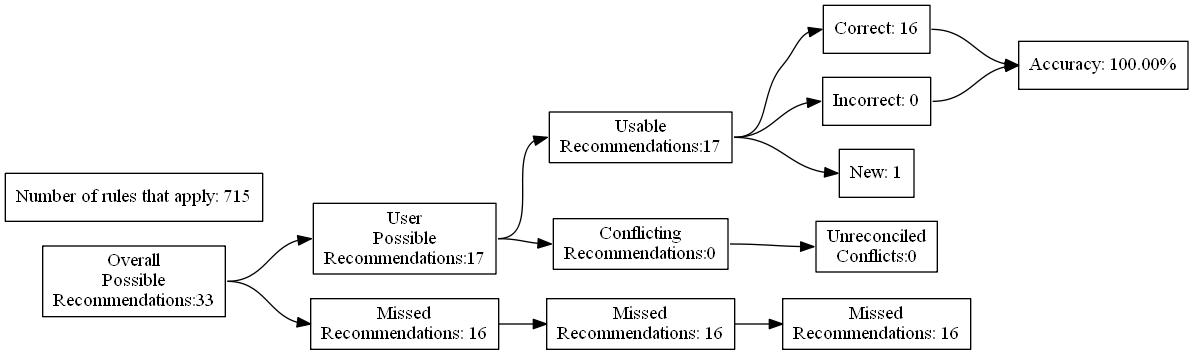
Above: test_renders/60.gv.png in ZaxR/ibd_diet_analysis (Graphviz), before the change. Its source is kept beside it as test_renders/60.gv. Source of this version:
```dot
digraph {
	graph [rankdir=LR]
	node [pos=r shape=box]
	edge [headport=w tailport=e]
		A [label="Overall
Possible
Recommendations:33"]
		B [label="User
Possible
Recommendations:17"]
		C [label="Missed
Recommendations: 16"]
		D [label="Usable
Recommendations:17"]
		E [label="Conflicting
Recommendations:0"]
		J [label="Missed
Recommendations: 16"]
		M [label="Unreconciled
Conflicts:0"]
		F [label="Correct: 16"]
		G [label="Incorrect: 0"]
		H [label="New: 1"]
		K [label="Missed
Recommendations: 16"]
		I [label="Accuracy: 100.00%"]
		l [label="Number of rules that apply: 715"]
			A -> B
			A -> C
			B -> D
			B -> E
			D -> F
			D -> G
			D -> H
			F -> I
			G -> I
			C -> J
			J -> K
			E -> M
}
```
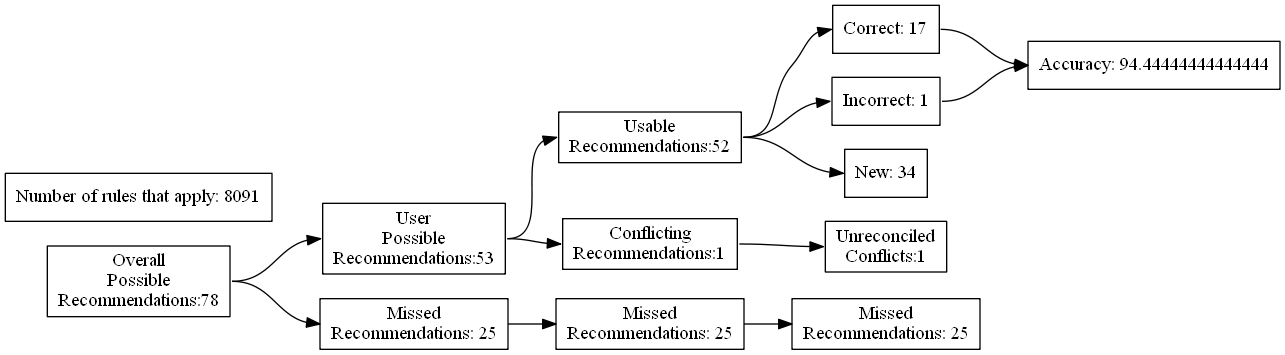
After the commit.

The edit, as a diff of the source:
```diff
@@ -4,27 +4,27 @@
 	edge [headport=w tailport=e]
 		A [label="Overall
 Possible
-Recommendations:33"]
+Recommendations:78"]
 		B [label="User
 Possible
-Recommendations:17"]
+Recommendations:53"]
 		C [label="Missed
-Recommendations: 16"]
+Recommendations: 25"]
 		D [label="Usable
-Recommendations:17"]
+Recommendations:52"]
 		E [label="Conflicting
-Recommendations:0"]
+Recommendations:1"]
 		J [label="Missed
-Recommendations: 16"]
+Recommendations: 25"]
 		M [label="Unreconciled
-Conflicts:0"]
-		F [label="Correct: 16"]
-		G [label="Incorrect: 0"]
-		H [label="New: 1"]
+Conflicts:1"]
+		F [label="Correct: 17"]
+		G [label="Incorrect: 1"]
+		H [label="New: 34"]
 		K [label="Missed
-Recommendations: 16"]
-		I [label="Accuracy: 100.00%"]
-		l [label="Number of rules that apply: 715"]
+Recommendations: 25"]
+		I [label="Accuracy: 94.44444444444444"]
+		l [label="Number of rules that apply: 8091"]
 			A -> B
 			A -> C
 			B -> D
```
